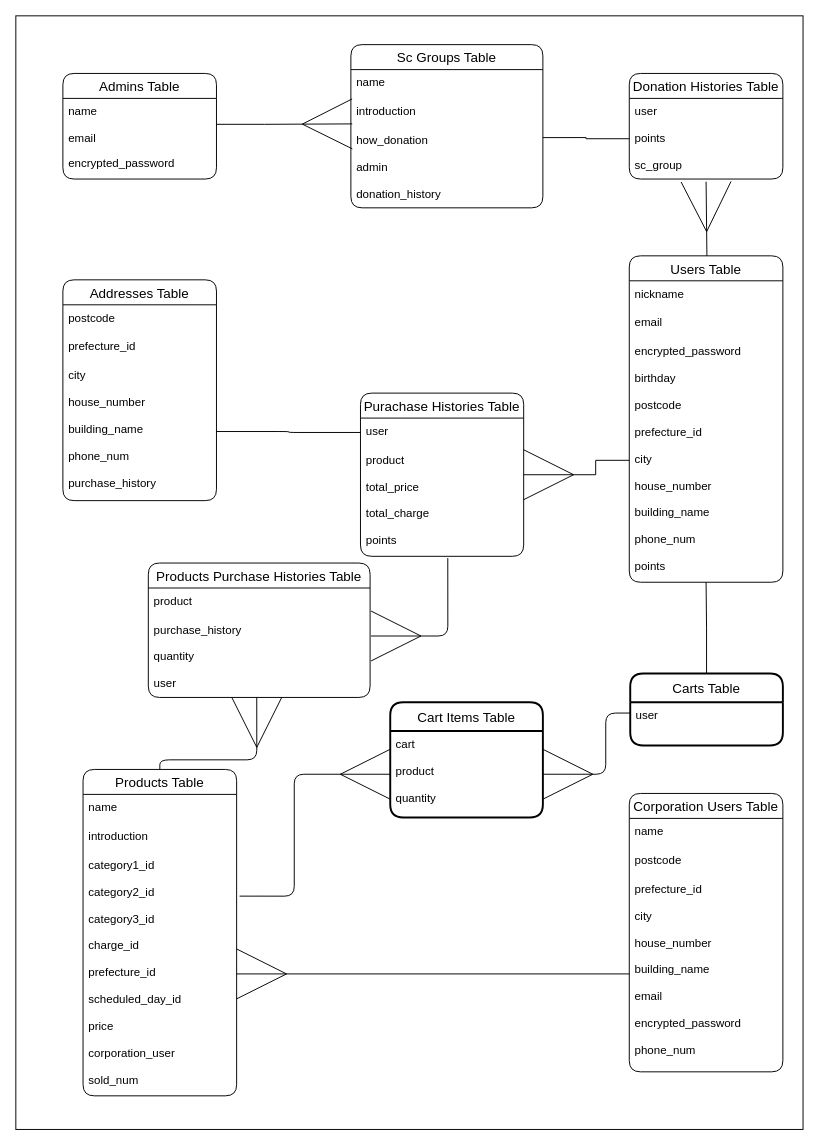
Earlier version of the draw.io diagram sc.dio (nishipee/sc_app). Source tidied: cells renumbered, new cells numbered last; positions are measured from the earlier drawing's top-left corner, leaving out a move shared by most shapes. Both pictures are drawn from the tidied source at 96%, with x=0, y=0 at pixel (15, 15).
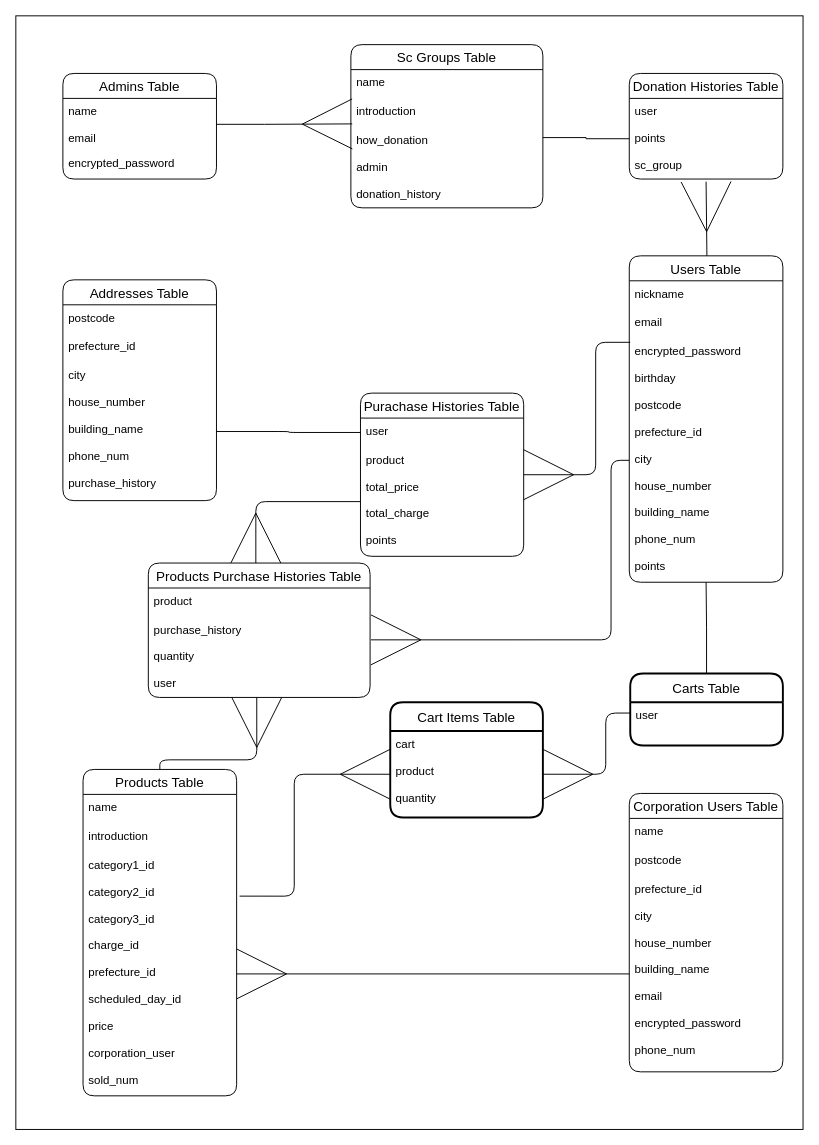
The same diagram, later.

Commit message (it also covers changes not shown here):
READ ME記述

The change refers to these unchanged cells:
```xml
<mxCell id="8" value="encrypted_password&#10;&#10;birthday&#10;&#10;postcode&#10;&#10;prefecture_id&#10;&#10;city&#10;&#10;house_number&#10;&#10;building_name&#10;&#10;phone_num&#10;&#10;points" style="text;strokeColor=none;fillColor=none;spacingLeft=4;spacingRight=4;overflow=hidden;points=[[0,0.5],[1,0.5]];portConstraint=eastwest;fontSize=12;" parent="5" vertex="1">
  <mxGeometry y="86" width="160" height="254" as="geometry" />
</mxCell>
<mxCell id="18" value="Purachase Histories Table" style="swimlane;fontStyle=0;horizontal=1;startSize=26;align=center;fontSize=14;rounded=1;" parent="3" vertex="1">
  <mxGeometry x="359" y="393" width="170" height="170" as="geometry" />
</mxCell>
<mxCell id="20" value="product&#10;&#10;total_price&#10;&#10;total_charge&#10;&#10;points" style="text;strokeColor=none;fillColor=none;spacingLeft=4;spacingRight=4;overflow=hidden;points=[[0,0.5],[1,0.5]];portConstraint=eastwest;fontSize=12;" parent="18" vertex="1">
  <mxGeometry y="56" width="170" height="114" as="geometry" />
</mxCell>
<mxCell id="46" value="Products Purchase Histories Table" style="swimlane;fontStyle=0;horizontal=1;startSize=26;align=center;fontSize=14;rounded=1;" parent="3" vertex="1">
  <mxGeometry x="138" y="570" width="231" height="140" as="geometry" />
</mxCell>
<mxCell id="48" value="purchase_history&#10;&#10;quantity&#10;&#10;user" style="text;strokeColor=none;fillColor=none;spacingLeft=4;spacingRight=4;overflow=hidden;points=[[0,0.5],[1,0.5]];portConstraint=eastwest;fontSize=12;" parent="46" vertex="1">
  <mxGeometry y="56" width="231" height="84" as="geometry" />
</mxCell>
```

What changed in the source:
```diff
@@
-    <mxCell id="34" style="edgeStyle=orthogonalEdgeStyle;rounded=0;jettySize=auto;html=1;exitX=0;exitY=0.5;exitDx=0;exitDy=0;entryX=1;entryY=0.5;entryDx=0;entryDy=0;endArrow=ERmany;endFill=0;endSize=50;" parent="3" edge="1" source="8" target="18">
+    <mxCell id="34" style="edgeStyle=orthogonalEdgeStyle;rounded=1;jettySize=auto;html=1;exitX=0.006;exitY=0.016;exitDx=0;exitDy=0;entryX=1;entryY=0.5;entryDx=0;entryDy=0;endArrow=ERmany;endFill=0;endSize=50;exitPerimeter=0;" parent="3" edge="1" source="8" target="18">
       <mxGeometry relative="1" as="geometry" />
     </mxCell>
@@
-    <mxCell id="49" style="edgeStyle=orthogonalEdgeStyle;rounded=1;jettySize=auto;html=1;startArrow=ERmany;startFill=0;endArrow=none;endFill=0;endSize=50;startSize=50;entryX=0.535;entryY=1.016;entryDx=0;entryDy=0;entryPerimeter=0;" parent="3" edge="1" target="20">
+    <mxCell id="49" style="edgeStyle=orthogonalEdgeStyle;rounded=1;jettySize=auto;html=1;startArrow=ERmany;startFill=0;endArrow=none;endFill=0;endSize=50;startSize=50;entryX=0;entryY=0.5;entryDx=0;entryDy=0;" parent="3" edge="1" source="46" target="20">
       <mxGeometry relative="1" as="geometry">
-        <mxPoint x="370" y="646" as="sourcePoint" />
         <Array as="points">
-          <mxPoint x="450" y="646" />
+          <mxPoint x="250" y="506" />
         </Array>
       </mxGeometry>
     </mxCell>
@@
+    <mxCell id="51" style="edgeStyle=orthogonalEdgeStyle;rounded=1;jettySize=auto;html=1;exitX=0;exitY=0.5;exitDx=0;exitDy=0;entryX=1.004;entryY=0.286;entryDx=0;entryDy=0;entryPerimeter=0;endArrow=ERmany;endFill=0;endSize=50;" parent="3" edge="1" source="8" target="48">
+      <mxGeometry relative="1" as="geometry">
+        <Array as="points">
+          <mxPoint x="620" y="463" />
+          <mxPoint x="620" y="650" />
+        </Array>
+      </mxGeometry>
+    </mxCell>
```
